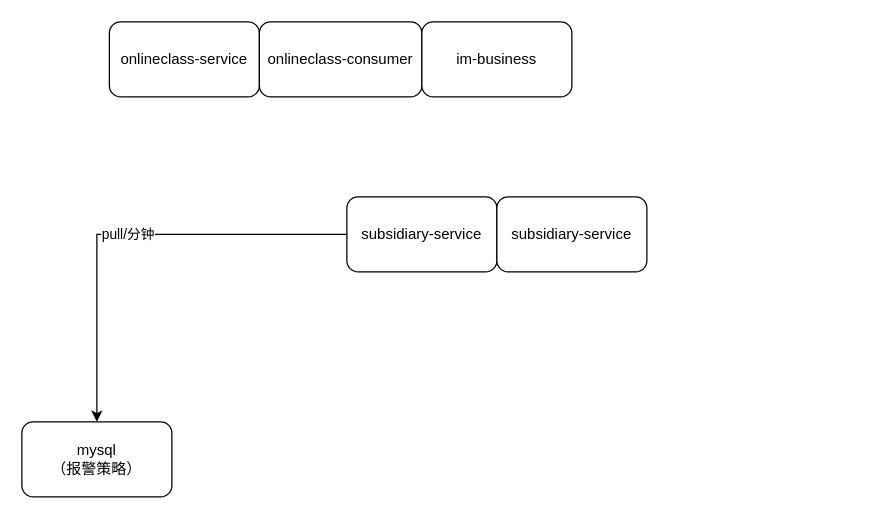
The draw.io diagram 报警系统.drawio in xiell2016/hetaoDesign, before the edit. Source tidied: cells renumbered, new cells numbered last; positions are measured from the earlier drawing's top-left corner, leaving out a move shared by most shapes. Both pictures are drawn from the tidied source at 125%, with x=0, y=0 at pixel (21, 21).
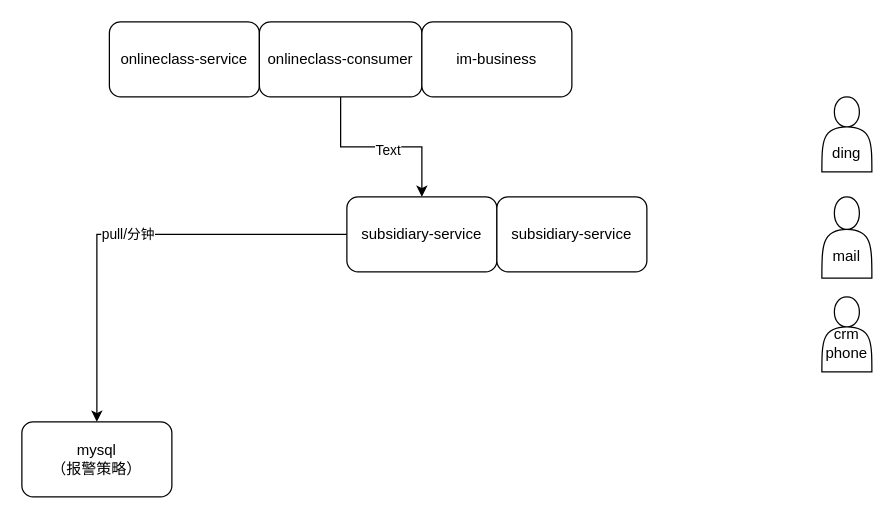
The same page after the edit.

Commit message (it also covers changes not shown here):
更新报警系统.drawio

The edit, as a diff of the source:
```diff
@@
 <mxGraphModel>
   <root>
     <mxCell id="0" />
     <mxCell id="1" parent="0" />
     <mxCell id="2" value="pull/分钟" style="edgeStyle=orthogonalEdgeStyle;rounded=0;jettySize=auto;html=1;exitX=0;exitY=0.5;exitDx=0;exitDy=0;entryX=0.5;entryY=0;entryDx=0;entryDy=0;" parent="1" edge="1" source="3" target="5">
       <mxGeometry relative="1" as="geometry" />
     </mxCell>
     <mxCell id="3" value="&lt;span&gt;subsidiary-service&lt;/span&gt;" style="rounded=1;whiteSpace=wrap;html=1;" parent="1" vertex="1">
       <mxGeometry x="260" y="140" width="120" height="60" as="geometry" />
     </mxCell>
     <mxCell id="4" value="&lt;span&gt;subsidiary-service&lt;/span&gt;" style="rounded=1;whiteSpace=wrap;html=1;" parent="1" vertex="1">
       <mxGeometry x="380" y="140" width="120" height="60" as="geometry" />
     </mxCell>
     <mxCell id="5" value="mysql&lt;br&gt;（报警策略）" style="rounded=1;whiteSpace=wrap;html=1;" parent="1" vertex="1">
       <mxGeometry y="320" width="120" height="60" as="geometry" />
     </mxCell>
     <mxCell id="6" value="&lt;span&gt;onlineclass-service&lt;/span&gt;" style="rounded=1;whiteSpace=wrap;html=1;" parent="1" vertex="1">
       <mxGeometry x="70" width="120" height="60" as="geometry" />
     </mxCell>
+    <mxCell id="9" style="edgeStyle=orthogonalEdgeStyle;rounded=0;jettySize=auto;html=1;" parent="1" edge="1" source="7" target="3">
+      <mxGeometry relative="1" as="geometry" />
+    </mxCell>
+    <mxCell id="10" value="Text" style="edgeLabel;html=1;align=center;verticalAlign=middle;" parent="9" vertex="1">
+      <mxGeometry x="0.06" y="-2" relative="1" as="geometry" />
+    </mxCell>
     <mxCell id="7" value="&lt;span&gt;onlineclass-consumer&lt;/span&gt;" style="rounded=1;whiteSpace=wrap;html=1;" parent="1" vertex="1">
       <mxGeometry x="190" width="130" height="60" as="geometry" />
     </mxCell>
     <mxCell id="8" value="&lt;span&gt;im-business&lt;/span&gt;" style="rounded=1;whiteSpace=wrap;html=1;" parent="1" vertex="1">
       <mxGeometry x="320" width="120" height="60" as="geometry" />
     </mxCell>
+    <mxCell id="11" value="&lt;br&gt;&lt;br&gt;ding" style="shape=actor;whiteSpace=wrap;html=1;" parent="1" vertex="1">
+      <mxGeometry x="640" y="60" width="40" height="60" as="geometry" />
+    </mxCell>
+    <mxCell id="12" value="&lt;br&gt;&lt;br&gt;mail" style="shape=actor;whiteSpace=wrap;html=1;" parent="1" vertex="1">
+      <mxGeometry x="640" y="140" width="40" height="65" as="geometry" />
+    </mxCell>
+    <mxCell id="13" value="&lt;br&gt;crm&lt;br&gt;phone" style="shape=actor;whiteSpace=wrap;html=1;" parent="1" vertex="1">
+      <mxGeometry x="640" y="220" width="40" height="60" as="geometry" />
+    </mxCell>
   </root>
 </mxGraphModel>
```
